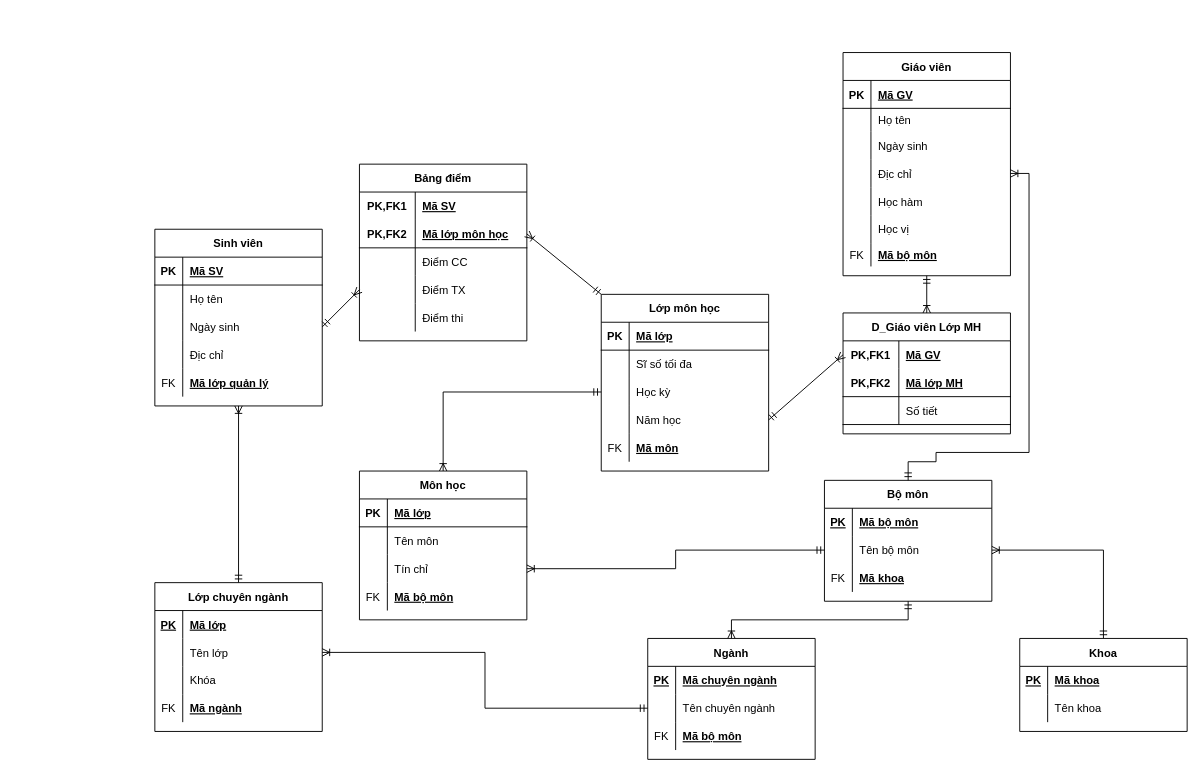
This is page "Page-2" (2 of 6) of ER-RE.drawio from VuDucNamvdn/NamSDL, a draw.io file, before an edit. Source tidied: cells renumbered, new cells numbered last; positions are measured from the earlier drawing's top-left corner, leaving out a move shared by most shapes. Both pictures are drawn from the tidied source at 93%, with x=0, y=0 at pixel (154, 52).
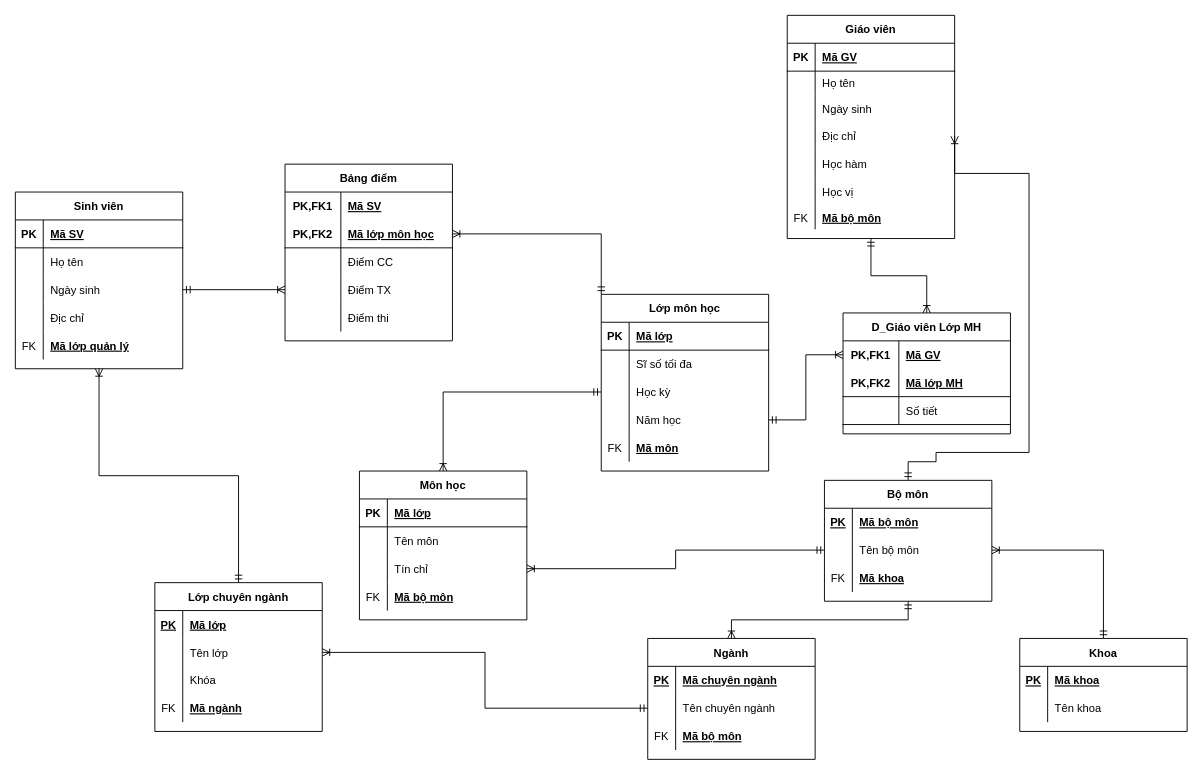
The same diagram, later.

Unchanged cells that the change refers to:
```xml
<mxCell id="10" style="shape=partialRectangle;fillColor=none;top=0;left=0;bottom=0;right=0;points=[[0,0.5],[1,0.5]];portConstraint=eastwest;" parent="3" vertex="1">
  <mxGeometry y="90" width="180" height="30" as="geometry" />
</mxCell>
<mxCell id="23" style="shape=partialRectangle;fillColor=none;top=0;left=0;bottom=1;right=0;points=[[0,0.5],[1,0.5]];portConstraint=eastwest;" parent="19" vertex="1">
  <mxGeometry y="60" width="180" height="30" as="geometry" />
</mxCell>
<mxCell id="29" style="shape=partialRectangle;fillColor=none;top=0;left=0;bottom=0;right=0;points=[[0,0.5],[1,0.5]];portConstraint=eastwest;" parent="19" vertex="1">
  <mxGeometry y="120" width="180" height="30" as="geometry" />
</mxCell>
<mxCell id="36" value="Lớp môn học" style="shape=table;startSize=30;childLayout=tableLayout;rowLines=0;fontStyle=1;align=center;" parent="1" vertex="1">
  <mxGeometry x="480" y="260" width="180" height="190" as="geometry" />
</mxCell>
<mxCell id="46" style="shape=partialRectangle;fillColor=none;top=0;left=0;bottom=0;right=0;points=[[0,0.5],[1,0.5]];portConstraint=eastwest;" parent="36" vertex="1">
  <mxGeometry y="120" width="180" height="30" as="geometry" />
</mxCell>
<mxCell id="89" value="D_Giáo viên Lớp MH" style="shape=table;startSize=30;childLayout=tableLayout;rowLines=0;fontStyle=1;align=center;" parent="1" vertex="1">
  <mxGeometry x="740" y="280" width="180" height="130" as="geometry" />
</mxCell>
<mxCell id="90" style="shape=partialRectangle;fillColor=none;top=0;left=0;bottom=0;right=0;points=[[0,0.5],[1,0.5]];portConstraint=eastwest;" parent="89" vertex="1">
  <mxGeometry y="30" width="180" height="30" as="geometry" />
</mxCell>
```

Diff of the diagram source:
```diff
@@
     <mxCell id="3" value="Sinh viên" style="shape=table;startSize=30;childLayout=tableLayout;rowLines=0;fontStyle=1;align=center;" parent="1" vertex="1">
-      <mxGeometry y="190" width="180" height="190" as="geometry" />
+      <mxGeometry x="-150" y="150" width="180" height="190" as="geometry" />
     </mxCell>
@@
     <mxCell id="19" value="Bảng điểm" style="shape=table;startSize=30;childLayout=tableLayout;rowLines=0;fontStyle=1;align=center;" parent="1" vertex="1">
-      <mxGeometry x="220" y="120" width="180" height="190" as="geometry" />
+      <mxGeometry x="140" y="120" width="180" height="190" as="geometry" />
     </mxCell>
@@
-    <mxCell id="35" style="edgeStyle=none;rounded=0;jettySize=auto;html=1;exitX=0;exitY=0;exitDx=0;exitDy=0;entryX=1;entryY=0.5;entryDx=0;entryDy=0;startArrow=ERmandOne;startFill=0;endArrow=ERoneToMany;endFill=0;" parent="1" edge="1" source="36" target="23">
+    <mxCell id="35" style="edgeStyle=orthogonalEdgeStyle;rounded=0;jettySize=auto;html=1;exitX=0;exitY=0;exitDx=0;exitDy=0;entryX=1;entryY=0.5;entryDx=0;entryDy=0;startArrow=ERmandOne;startFill=0;endArrow=ERoneToMany;endFill=0;" parent="1" edge="1" source="36" target="23">
       <mxGeometry relative="1" as="geometry" />
     </mxCell>
@@
-    <mxCell id="52" style="edgeStyle=none;rounded=0;jettySize=auto;html=1;exitX=0.5;exitY=1;exitDx=0;exitDy=0;entryX=0.5;entryY=0;entryDx=0;entryDy=0;startArrow=ERmandOne;startFill=0;endArrow=ERoneToMany;endFill=0;" parent="1" edge="1" source="53" target="89">
+    <mxCell id="52" style="edgeStyle=orthogonalEdgeStyle;rounded=0;jettySize=auto;html=1;exitX=0.5;exitY=1;exitDx=0;exitDy=0;entryX=0.5;entryY=0;entryDx=0;entryDy=0;startArrow=ERmandOne;startFill=0;endArrow=ERoneToMany;endFill=0;" parent="1" edge="1" source="53" target="89">
       <mxGeometry relative="1" as="geometry" />
     </mxCell>
     <mxCell id="53" value="Giáo viên" style="shape=table;startSize=30;childLayout=tableLayout;rowLines=0;fontStyle=1;align=center;" parent="1" vertex="1">
-      <mxGeometry x="740" width="180" height="240" as="geometry" />
+      <mxGeometry x="680" y="-40" width="180" height="240" as="geometry" />
     </mxCell>
@@
-    <mxCell id="99" style="edgeStyle=none;rounded=0;jettySize=auto;html=1;exitX=1;exitY=0.5;exitDx=0;exitDy=0;entryX=0;entryY=0.5;entryDx=0;entryDy=0;endArrow=ERoneToMany;endFill=0;startArrow=ERmandOne;startFill=0;" parent="1" edge="1" source="46" target="90">
+    <mxCell id="99" style="edgeStyle=orthogonalEdgeStyle;rounded=0;jettySize=auto;html=1;exitX=1;exitY=0.5;exitDx=0;exitDy=0;entryX=0;entryY=0.5;entryDx=0;entryDy=0;endArrow=ERoneToMany;endFill=0;startArrow=ERmandOne;startFill=0;" parent="1" edge="1" source="46" target="90">
       <mxGeometry relative="1" as="geometry" />
     </mxCell>
-    <mxCell id="100" style="edgeStyle=none;rounded=0;jettySize=auto;html=1;exitX=1;exitY=0.5;exitDx=0;exitDy=0;entryX=0;entryY=0.5;entryDx=0;entryDy=0;startArrow=ERmandOne;startFill=0;endArrow=ERoneToMany;endFill=0;" parent="1" edge="1" source="10" target="29">
+    <mxCell id="100" style="edgeStyle=orthogonalEdgeStyle;rounded=0;jettySize=auto;html=1;exitX=1;exitY=0.5;exitDx=0;exitDy=0;entryX=0;entryY=0.5;entryDx=0;entryDy=0;startArrow=ERmandOne;startFill=0;endArrow=ERoneToMany;endFill=0;" parent="1" edge="1" source="10" target="29">
       <mxGeometry relative="1" as="geometry" />
     </mxCell>
```
